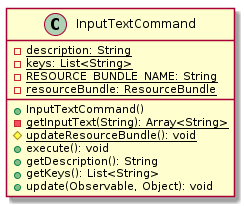
Before: malokhvii-eduard/malokhvii04/doc/plantuml/png/ua.khpi.oop.malokhvii04.shell.commands.text.InputTextCommand.png, a diagram exported from PlantUML (P-Kalin/kit26a).
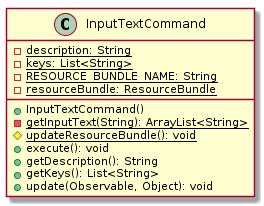
Above is the later version.

The edit, as a diff of the source:
```diff
@@ -6,7 +6,7 @@
         {static} -RESOURCE_BUNDLE_NAME: String
         {static} -resourceBundle: ResourceBundle
         +InputTextCommand()
-        {static} -getInputText(String): Array<String>
+        {static} -getInputText(String): ArrayList<String>
         {static} #updateResourceBundle(): void
         +execute(): void
         +getDescription(): String
```
